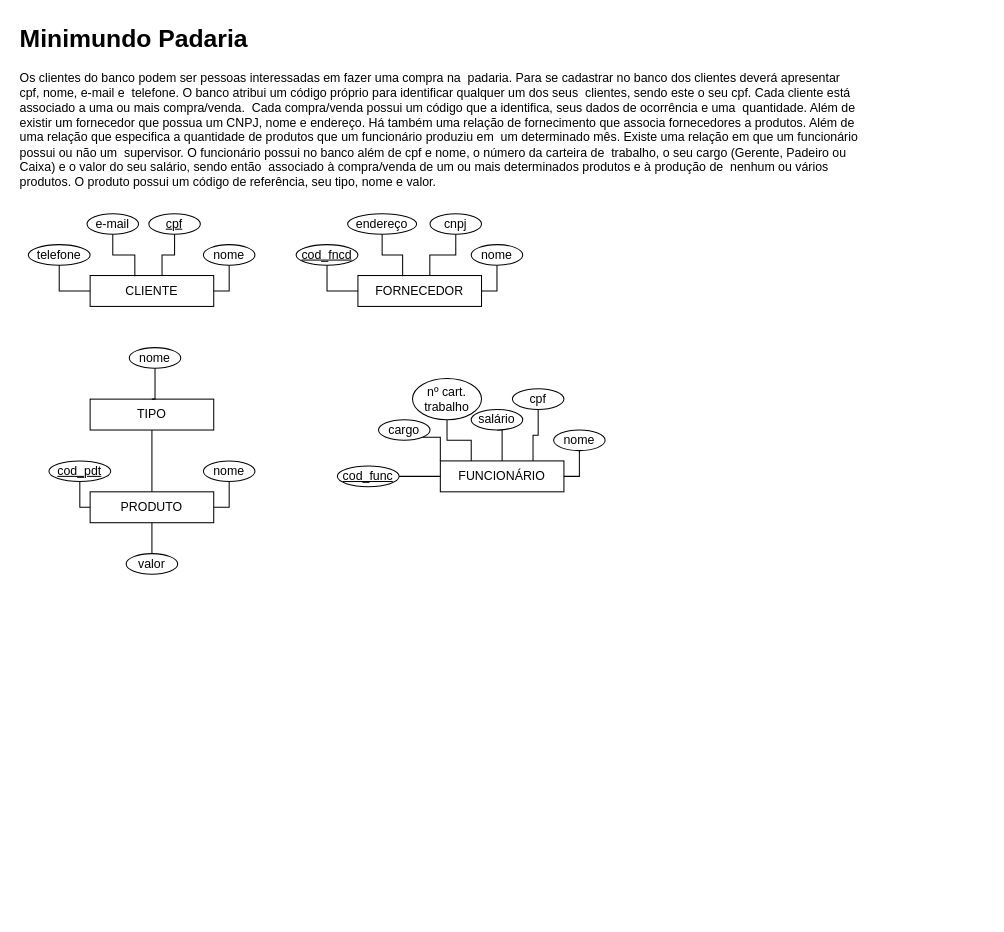
Earlier version of the draw.io diagram MER_Padaria.drawio (Jojo-Gui/gestao_padaria_BI). Source tidied: cells renumbered, new cells numbered last; positions are measured from the earlier drawing's top-left corner, leaving out a move shared by most shapes. Both pictures are drawn from the tidied source at 103%, with x=0, y=0 at pixel (18, 18).
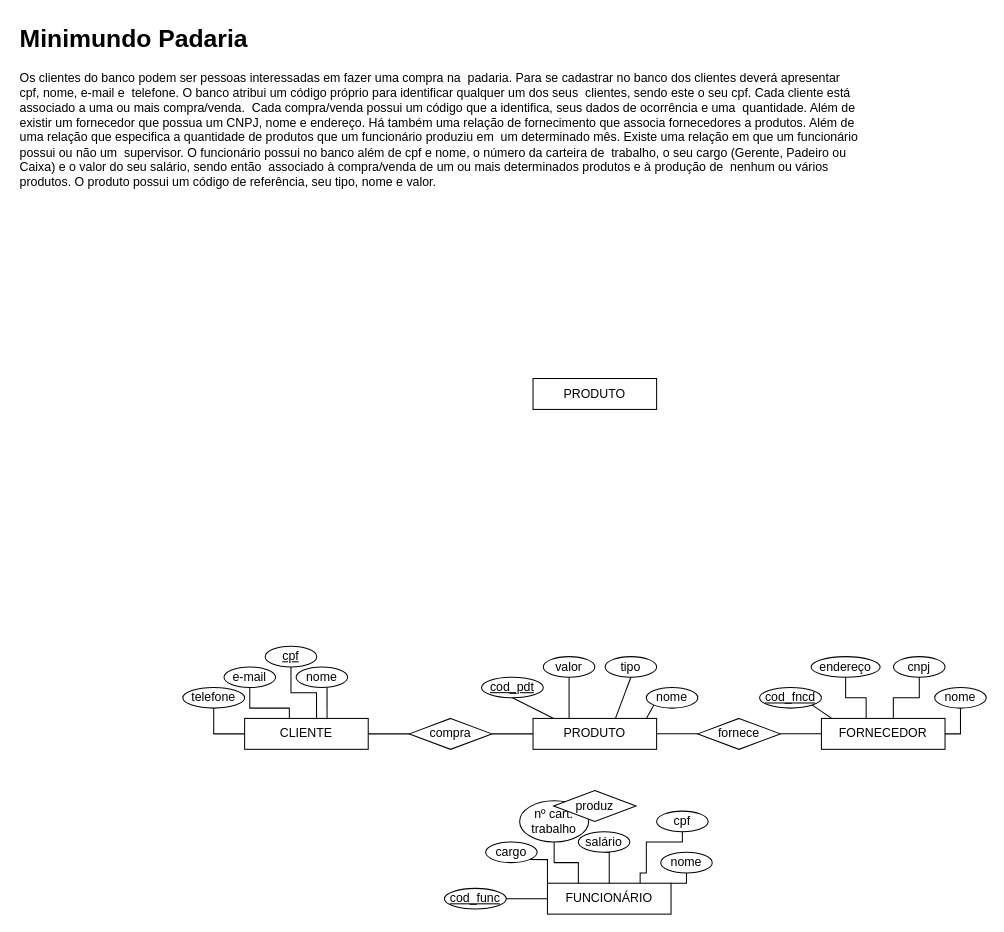
Above is the later version.

What changed in the source:
```diff
@@
     <mxCell id="3" value="CLIENTE" style="rounded=0;whiteSpace=wrap;html=1;" parent="1" vertex="1">
-      <mxGeometry x="70" y="250" width="120" height="30" as="geometry" />
+      <mxGeometry x="220" y="680" width="120" height="30" as="geometry" />
     </mxCell>
     <mxCell id="4" value="&lt;u&gt;cpf&lt;/u&gt;" style="ellipse;whiteSpace=wrap;html=1;" parent="1" vertex="1">
-      <mxGeometry x="127" y="190" width="50" height="20" as="geometry" />
+      <mxGeometry x="240" y="610" width="50" height="20" as="geometry" />
     </mxCell>
-    <mxCell id="5" style="edgeStyle=orthogonalEdgeStyle;rounded=0;jettySize=auto;html=1;exitX=0.5;exitY=1;exitDx=0;exitDy=0;entryX=1;entryY=0.5;entryDx=0;entryDy=0;endArrow=none;startFill=0;" parent="1" edge="1" source="6" target="3">
-      <mxGeometry relative="1" as="geometry">
-        <Array as="points">
-          <mxPoint x="205" y="265" />
-        </Array>
-      </mxGeometry>
-    </mxCell>
-    <mxCell id="6" value="nome" style="ellipse;whiteSpace=wrap;html=1;" parent="1" vertex="1">
-      <mxGeometry x="180" y="220" width="50" height="20" as="geometry" />
-    </mxCell>
     <mxCell id="7" value="e-mail" style="ellipse;whiteSpace=wrap;html=1;" parent="1" vertex="1">
-      <mxGeometry x="67" y="190" width="50" height="20" as="geometry" />
+      <mxGeometry x="200" y="630" width="50" height="20" as="geometry" />
     </mxCell>
     <mxCell id="8" value="telefone" style="ellipse;whiteSpace=wrap;html=1;" parent="1" vertex="1">
-      <mxGeometry x="10" y="220" width="60" height="20" as="geometry" />
+      <mxGeometry x="160" y="650" width="60" height="20" as="geometry" />
     </mxCell>
     <mxCell id="9" style="edgeStyle=orthogonalEdgeStyle;rounded=0;jettySize=auto;html=1;exitX=0.5;exitY=1;exitDx=0;exitDy=0;entryX=0;entryY=0.5;entryDx=0;entryDy=0;endArrow=none;startFill=0;" parent="1" edge="1" source="8" target="3">
       <mxGeometry relative="1" as="geometry">
         <Array as="points">
-          <mxPoint x="40" y="265" />
+          <mxPoint x="190" y="695" />
         </Array>
       </mxGeometry>
     </mxCell>
@@
     <mxCell id="12" value="FORNECEDOR" style="rounded=0;whiteSpace=wrap;html=1;" parent="1" vertex="1">
-      <mxGeometry x="330" y="250" width="120" height="30" as="geometry" />
+      <mxGeometry x="780" y="680" width="120" height="30" as="geometry" />
     </mxCell>
     <mxCell id="13" value="cnpj" style="ellipse;whiteSpace=wrap;html=1;" parent="1" vertex="1">
-      <mxGeometry x="400" y="190" width="50" height="20" as="geometry" />
+      <mxGeometry x="850" y="620" width="50" height="20" as="geometry" />
     </mxCell>
     <mxCell id="14" style="edgeStyle=orthogonalEdgeStyle;rounded=0;jettySize=auto;html=1;exitX=0.5;exitY=1;exitDx=0;exitDy=0;entryX=1;entryY=0.5;entryDx=0;entryDy=0;endArrow=none;startFill=0;" parent="1" edge="1" source="15" target="12">
       <mxGeometry relative="1" as="geometry">
         <Array as="points">
-          <mxPoint x="465" y="265" />
+          <mxPoint x="915" y="695" />
         </Array>
       </mxGeometry>
     </mxCell>
     <mxCell id="15" value="nome" style="ellipse;whiteSpace=wrap;html=1;" parent="1" vertex="1">
-      <mxGeometry x="440" y="220" width="50" height="20" as="geometry" />
+      <mxGeometry x="890" y="650" width="50" height="20" as="geometry" />
     </mxCell>
     <mxCell id="16" value="endereço" style="ellipse;whiteSpace=wrap;html=1;" parent="1" vertex="1">
-      <mxGeometry x="320" y="190" width="67" height="20" as="geometry" />
+      <mxGeometry x="770" y="620" width="67" height="20" as="geometry" />
     </mxCell>
     <mxCell id="17" value="&lt;u&gt;cod_fncd&lt;/u&gt;" style="ellipse;whiteSpace=wrap;html=1;" parent="1" vertex="1">
-      <mxGeometry x="270" y="220" width="60" height="20" as="geometry" />
+      <mxGeometry x="720" y="650" width="60" height="20" as="geometry" />
     </mxCell>
-    <mxCell id="18" style="edgeStyle=orthogonalEdgeStyle;rounded=0;jettySize=auto;html=1;exitX=0.5;exitY=1;exitDx=0;exitDy=0;entryX=0;entryY=0.5;entryDx=0;entryDy=0;endArrow=none;startFill=0;" parent="1" edge="1" source="17" target="12">
-      <mxGeometry relative="1" as="geometry">
-        <Array as="points">
-          <mxPoint x="300" y="265" />
-        </Array>
-      </mxGeometry>
-    </mxCell>
@@
-    <mxCell id="21" style="edgeStyle=orthogonalEdgeStyle;rounded=0;jettySize=auto;html=1;exitX=0.5;exitY=0;exitDx=0;exitDy=0;entryX=0.5;entryY=1;entryDx=0;entryDy=0;endArrow=none;startFill=0;" parent="1" edge="1" source="22" target="29">
-      <mxGeometry relative="1" as="geometry" />
-    </mxCell>
     <mxCell id="22" value="PRODUTO" style="rounded=0;whiteSpace=wrap;html=1;" parent="1" vertex="1">
-      <mxGeometry x="70" y="460" width="120" height="30" as="geometry" />
+      <mxGeometry x="500" y="680" width="120" height="30" as="geometry" />
     </mxCell>
     <mxCell id="23" value="valor" style="ellipse;whiteSpace=wrap;html=1;" parent="1" vertex="1">
-      <mxGeometry x="105" y="520" width="50" height="20" as="geometry" />
+      <mxGeometry x="510" y="620" width="50" height="20" as="geometry" />
     </mxCell>
-    <mxCell id="24" style="edgeStyle=orthogonalEdgeStyle;rounded=0;jettySize=auto;html=1;exitX=0.5;exitY=1;exitDx=0;exitDy=0;entryX=1;entryY=0.5;entryDx=0;entryDy=0;endArrow=none;startFill=0;" parent="1" edge="1" source="25" target="22">
-      <mxGeometry relative="1" as="geometry">
-        <Array as="points">
-          <mxPoint x="205" y="475" />
-        </Array>
-      </mxGeometry>
-    </mxCell>
     <mxCell id="25" value="nome" style="ellipse;whiteSpace=wrap;html=1;" parent="1" vertex="1">
-      <mxGeometry x="180" y="430" width="50" height="20" as="geometry" />
+      <mxGeometry x="610" y="650" width="50" height="20" as="geometry" />
     </mxCell>
     <mxCell id="26" value="&lt;u&gt;cod_pdt&lt;/u&gt;" style="ellipse;whiteSpace=wrap;html=1;" parent="1" vertex="1">
-      <mxGeometry x="30" y="430" width="60" height="20" as="geometry" />
+      <mxGeometry x="450" y="640" width="60" height="20" as="geometry" />
     </mxCell>
-    <mxCell id="27" style="edgeStyle=orthogonalEdgeStyle;rounded=0;jettySize=auto;html=1;exitX=0.5;exitY=1;exitDx=0;exitDy=0;entryX=0;entryY=0.5;entryDx=0;entryDy=0;endArrow=none;startFill=0;" parent="1" edge="1" source="26" target="22">
-      <mxGeometry relative="1" as="geometry">
-        <Array as="points">
-          <mxPoint x="60" y="475" />
-        </Array>
-      </mxGeometry>
-    </mxCell>
-    <mxCell id="28" style="edgeStyle=orthogonalEdgeStyle;rounded=0;jettySize=auto;html=1;exitX=0.5;exitY=0;exitDx=0;exitDy=0;entryX=0.5;entryY=1;entryDx=0;entryDy=0;endArrow=none;startFill=0;" parent="1" edge="1" source="23" target="22">
-      <mxGeometry relative="1" as="geometry" />
-    </mxCell>
-    <mxCell id="29" value="TIPO" style="rounded=0;whiteSpace=wrap;html=1;" parent="1" vertex="1">
-      <mxGeometry x="70" y="370" width="120" height="30" as="geometry" />
-    </mxCell>
-    <mxCell id="30" style="edgeStyle=orthogonalEdgeStyle;rounded=0;jettySize=auto;html=1;exitX=0.5;exitY=1;exitDx=0;exitDy=0;entryX=0.5;entryY=0;entryDx=0;entryDy=0;endArrow=none;startFill=0;" parent="1" edge="1" source="31" target="29">
-      <mxGeometry relative="1" as="geometry">
-        <Array as="points">
-          <mxPoint x="133" y="370" />
-          <mxPoint x="133" y="370" />
-        </Array>
-      </mxGeometry>
-    </mxCell>
-    <mxCell id="31" value="nome" style="ellipse;whiteSpace=wrap;html=1;" parent="1" vertex="1">
-      <mxGeometry x="108" y="320" width="50" height="20" as="geometry" />
+    <mxCell id="31" value="tipo" style="ellipse;whiteSpace=wrap;html=1;" parent="1" vertex="1">
+      <mxGeometry x="570" y="620" width="50" height="20" as="geometry" />
     </mxCell>
     <mxCell id="32" value="FUNCIONÁRIO" style="rounded=0;whiteSpace=wrap;html=1;" parent="1" vertex="1">
-      <mxGeometry x="410" y="430" width="120" height="30" as="geometry" />
+      <mxGeometry x="514" y="840" width="120" height="30" as="geometry" />
     </mxCell>
     <mxCell id="33" value="cpf" style="ellipse;whiteSpace=wrap;html=1;" parent="1" vertex="1">
-      <mxGeometry x="480" y="360" width="50" height="20" as="geometry" />
+      <mxGeometry x="620" y="770" width="50" height="20" as="geometry" />
     </mxCell>
-    <mxCell id="34" style="edgeStyle=orthogonalEdgeStyle;rounded=0;jettySize=auto;html=1;exitX=0.5;exitY=1;exitDx=0;exitDy=0;entryX=1;entryY=0.5;entryDx=0;entryDy=0;endArrow=none;startFill=0;" parent="1" edge="1" source="35" target="32">
+    <mxCell id="34" style="edgeStyle=orthogonalEdgeStyle;rounded=0;jettySize=auto;html=1;exitX=0.5;exitY=1;exitDx=0;exitDy=0;entryX=1;entryY=0;entryDx=0;entryDy=0;endArrow=none;startFill=0;" parent="1" edge="1" source="35" target="32">
       <mxGeometry relative="1" as="geometry">
         <Array as="points">
-          <mxPoint x="545" y="445" />
+          <mxPoint x="649" y="840" />
         </Array>
       </mxGeometry>
     </mxCell>
     <mxCell id="35" value="nome" style="ellipse;whiteSpace=wrap;html=1;" parent="1" vertex="1">
-      <mxGeometry x="520" y="400" width="50" height="20" as="geometry" />
+      <mxGeometry x="624" y="810" width="50" height="20" as="geometry" />
     </mxCell>
@@
     <mxCell id="37" value="nº cart. trabalho" style="ellipse;whiteSpace=wrap;html=1;" parent="1" vertex="1">
-      <mxGeometry x="383" y="350" width="67" height="40" as="geometry" />
+      <mxGeometry x="487" y="760" width="67" height="40" as="geometry" />
     </mxCell>
     <mxCell id="38" value="&lt;u&gt;cod_func&lt;/u&gt;" style="ellipse;whiteSpace=wrap;html=1;" parent="1" vertex="1">
-      <mxGeometry x="310" y="435" width="60" height="20" as="geometry" />
+      <mxGeometry x="414" y="845" width="60" height="20" as="geometry" />
     </mxCell>
@@
     <mxCell id="40" style="edgeStyle=orthogonalEdgeStyle;rounded=0;jettySize=auto;html=1;exitX=0.5;exitY=1;exitDx=0;exitDy=0;entryX=0.75;entryY=0;entryDx=0;entryDy=0;endArrow=none;startFill=0;" parent="1" edge="1" source="33" target="32">
-      <mxGeometry relative="1" as="geometry" />
+      <mxGeometry relative="1" as="geometry">
+        <Array as="points">
+          <mxPoint x="645" y="800" />
+          <mxPoint x="610" y="800" />
+          <mxPoint x="610" y="830" />
+          <mxPoint x="604" y="830" />
+        </Array>
+      </mxGeometry>
     </mxCell>
@@
     <mxCell id="42" value="cargo" style="ellipse;whiteSpace=wrap;html=1;" parent="1" vertex="1">
-      <mxGeometry x="350" y="390" width="50" height="20" as="geometry" />
+      <mxGeometry x="454" y="800" width="50" height="20" as="geometry" />
     </mxCell>
@@
     <mxCell id="44" value="salário" style="ellipse;whiteSpace=wrap;html=1;" parent="1" vertex="1">
-      <mxGeometry x="440" y="380" width="50" height="20" as="geometry" />
+      <mxGeometry x="544" y="790" width="50" height="20" as="geometry" />
     </mxCell>
+    <mxCell id="6" value="nome" style="ellipse;whiteSpace=wrap;html=1;" parent="1" vertex="1">
+      <mxGeometry x="270" y="630" width="50" height="20" as="geometry" />
+    </mxCell>
+    <mxCell id="45" style="endArrow=none;html=1;rounded=0;fontSize=12;startSize=8;endSize=8;curved=1;entryX=0.6;entryY=1;entryDx=0;entryDy=0;entryPerimeter=0;exitX=0.667;exitY=0;exitDx=0;exitDy=0;exitPerimeter=0;" parent="1" edge="1" source="3" target="6">
+      <mxGeometry relative="1" as="geometry" />
+    </mxCell>
+    <mxCell id="46" value="compra" style="rhombus;whiteSpace=wrap;html=1;" parent="1" vertex="1">
+      <mxGeometry x="380" y="680" width="80" height="30" as="geometry" />
+    </mxCell>
+    <mxCell id="47" style="endArrow=none;html=1;rounded=0;fontSize=12;startSize=8;endSize=8;curved=1;exitX=1;exitY=0.5;exitDx=0;exitDy=0;entryX=0;entryY=0.5;entryDx=0;entryDy=0;" parent="1" edge="1" source="3" target="46">
+      <mxGeometry relative="1" as="geometry" />
+    </mxCell>
+    <mxCell id="27" style="endArrow=none;html=1;rounded=0;fontSize=12;startSize=8;endSize=8;curved=1;exitX=0.5;exitY=1;exitDx=0;exitDy=0;entryX=0.167;entryY=0;entryDx=0;entryDy=0;entryPerimeter=0;" parent="1" edge="1" source="26" target="22">
+      <mxGeometry relative="1" as="geometry" />
+    </mxCell>
+    <mxCell id="48" style="endArrow=none;html=1;rounded=0;fontSize=12;startSize=8;endSize=8;curved=1;exitX=0.5;exitY=1;exitDx=0;exitDy=0;" parent="1" edge="1" source="23">
+      <mxGeometry relative="1" as="geometry">
+        <mxPoint x="535" y="680" as="targetPoint" />
+      </mxGeometry>
+    </mxCell>
+    <mxCell id="49" style="endArrow=none;html=1;rounded=0;fontSize=12;startSize=8;endSize=8;curved=1;entryX=0.5;entryY=1;entryDx=0;entryDy=0;exitX=0.667;exitY=0;exitDx=0;exitDy=0;exitPerimeter=0;" parent="1" edge="1" source="22" target="31">
+      <mxGeometry relative="1" as="geometry" />
+    </mxCell>
+    <mxCell id="50" style="endArrow=none;html=1;rounded=0;fontSize=12;startSize=8;endSize=8;curved=1;entryX=0;entryY=1;entryDx=0;entryDy=0;exitX=0.917;exitY=0;exitDx=0;exitDy=0;exitPerimeter=0;" parent="1" edge="1" source="22" target="25">
+      <mxGeometry relative="1" as="geometry" />
+    </mxCell>
+    <mxCell id="51" style="endArrow=none;html=1;rounded=0;fontSize=12;startSize=8;endSize=8;curved=1;exitX=1;exitY=0.5;exitDx=0;exitDy=0;entryX=0;entryY=0.5;entryDx=0;entryDy=0;" parent="1" edge="1" source="46" target="22">
+      <mxGeometry relative="1" as="geometry" />
+    </mxCell>
+    <mxCell id="52" value="fornece" style="rhombus;whiteSpace=wrap;html=1;" parent="1" vertex="1">
+      <mxGeometry x="660" y="680" width="80" height="30" as="geometry" />
+    </mxCell>
+    <mxCell id="53" style="endArrow=none;html=1;rounded=0;fontSize=12;startSize=8;endSize=8;curved=1;exitX=1;exitY=0.5;exitDx=0;exitDy=0;entryX=0;entryY=0.5;entryDx=0;entryDy=0;" parent="1" edge="1">
+      <mxGeometry relative="1" as="geometry">
+        <mxPoint x="620" y="694.9" as="sourcePoint" />
+        <mxPoint x="660" y="694.9" as="targetPoint" />
+      </mxGeometry>
+    </mxCell>
+    <mxCell id="54" style="endArrow=none;html=1;rounded=0;fontSize=12;startSize=8;endSize=8;curved=1;exitX=1;exitY=0.5;exitDx=0;exitDy=0;entryX=0;entryY=0.5;entryDx=0;entryDy=0;" parent="1" edge="1">
+      <mxGeometry relative="1" as="geometry">
+        <mxPoint x="740" y="694.9" as="sourcePoint" />
+        <mxPoint x="780" y="694.9" as="targetPoint" />
+      </mxGeometry>
+    </mxCell>
+    <mxCell id="55" value="PRODUTO" style="rounded=0;whiteSpace=wrap;html=1;" parent="1" vertex="1">
+      <mxGeometry x="500" y="350" width="120" height="30" as="geometry" />
+    </mxCell>
+    <mxCell id="18" style="endArrow=none;html=1;rounded=0;fontSize=12;startSize=8;endSize=8;curved=1;exitX=1;exitY=1;exitDx=0;exitDy=0;entryX=0.083;entryY=0;entryDx=0;entryDy=0;entryPerimeter=0;" parent="1" edge="1" source="17" target="12">
+      <mxGeometry relative="1" as="geometry" />
+    </mxCell>
+    <mxCell id="56" value="produz" style="rhombus;whiteSpace=wrap;html=1;" parent="1" vertex="1">
+      <mxGeometry x="520" y="750" width="80" height="30" as="geometry" />
+    </mxCell>
```
